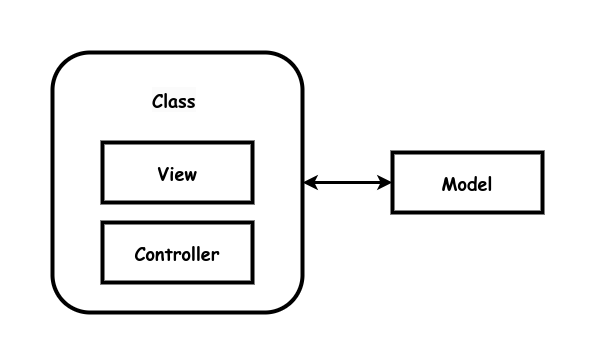
garfix/architectural-patterns keeps this draw.io diagram as images/document-view.drawio.png. Above is the earlier version. Source tidied: cells renumbered, new cells last; positions are measured from the earlier drawing's top-left corner, leaving out a move shared by most shapes. Its diagram source:
```xml
<mxGraphModel>
  <root>
    <mxCell id="0" />
    <mxCell id="1" parent="0" />
    <mxCell id="2" value="&lt;b style=&quot;font-size: 18px;&quot;&gt;&lt;br&gt;&lt;/b&gt;" style="rounded=1;whiteSpace=wrap;html=1;strokeWidth=4;fontFamily=Comic Sans MS;fontSize=18;" parent="1" vertex="1">
      <mxGeometry width="250" height="260" as="geometry" />
    </mxCell>
    <mxCell id="3" value="Model" style="rounded=0;whiteSpace=wrap;html=1;strokeWidth=4;fontSize=18;fontFamily=Comic Sans MS;fontStyle=1;" parent="1" vertex="1">
      <mxGeometry x="340" y="100" width="150" height="60" as="geometry" />
    </mxCell>
    <mxCell id="4" value="&lt;b style=&quot;border-color: var(--border-color); color: rgb(0, 0, 0); font-family: &amp;quot;Comic Sans MS&amp;quot;; font-size: 18px; font-style: normal; font-variant-ligatures: normal; font-variant-caps: normal; letter-spacing: normal; orphans: 2; text-align: center; text-indent: 0px; text-transform: none; widows: 2; word-spacing: 0px; -webkit-text-stroke-width: 0px; background-color: rgb(251, 251, 251); text-decoration-thickness: initial; text-decoration-style: initial; text-decoration-color: initial;&quot;&gt;Class&lt;/b&gt;" style="text;whiteSpace=wrap;html=1;" parent="1" vertex="1">
      <mxGeometry x="97.5" y="30" width="45" height="50" as="geometry" />
    </mxCell>
    <mxCell id="5" value="View" style="rounded=0;whiteSpace=wrap;html=1;strokeWidth=4;fontSize=18;fontFamily=Comic Sans MS;fontStyle=1;" parent="1" vertex="1">
      <mxGeometry x="50" y="90" width="150" height="60" as="geometry" />
    </mxCell>
    <mxCell id="6" value="Controller" style="rounded=0;whiteSpace=wrap;html=1;strokeWidth=4;fontSize=18;fontFamily=Comic Sans MS;fontStyle=1;" parent="1" vertex="1">
      <mxGeometry x="50" y="170" width="150" height="60" as="geometry" />
    </mxCell>
    <mxCell id="7" style="endArrow=classic;startArrow=classic;html=1;rounded=0;strokeWidth=3;endFill=1;" parent="1" edge="1" source="3" target="2">
      <mxGeometry relative="1" as="geometry" />
    </mxCell>
  </root>
</mxGraphModel>
```
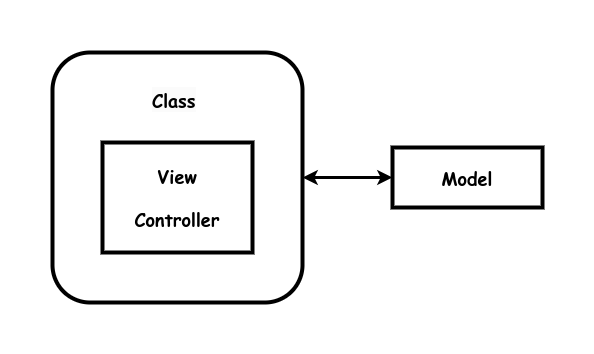
The same file after the commit.

Diff of the diagram source:
```diff
@@ -3,20 +3,17 @@
     <mxCell id="0" />
     <mxCell id="1" parent="0" />
     <mxCell id="2" value="&lt;b style=&quot;font-size: 18px;&quot;&gt;&lt;br&gt;&lt;/b&gt;" style="rounded=1;whiteSpace=wrap;html=1;strokeWidth=4;fontFamily=Comic Sans MS;fontSize=18;" parent="1" vertex="1">
-      <mxGeometry width="250" height="260" as="geometry" />
+      <mxGeometry width="250" height="250" as="geometry" />
     </mxCell>
     <mxCell id="3" value="Model" style="rounded=0;whiteSpace=wrap;html=1;strokeWidth=4;fontSize=18;fontFamily=Comic Sans MS;fontStyle=1;" parent="1" vertex="1">
-      <mxGeometry x="340" y="100" width="150" height="60" as="geometry" />
+      <mxGeometry x="340" y="95" width="150" height="60" as="geometry" />
     </mxCell>
     <mxCell id="4" value="&lt;b style=&quot;border-color: var(--border-color); color: rgb(0, 0, 0); font-family: &amp;quot;Comic Sans MS&amp;quot;; font-size: 18px; font-style: normal; font-variant-ligatures: normal; font-variant-caps: normal; letter-spacing: normal; orphans: 2; text-align: center; text-indent: 0px; text-transform: none; widows: 2; word-spacing: 0px; -webkit-text-stroke-width: 0px; background-color: rgb(251, 251, 251); text-decoration-thickness: initial; text-decoration-style: initial; text-decoration-color: initial;&quot;&gt;Class&lt;/b&gt;" style="text;whiteSpace=wrap;html=1;" parent="1" vertex="1">
       <mxGeometry x="97.5" y="30" width="45" height="50" as="geometry" />
     </mxCell>
-    <mxCell id="5" value="View" style="rounded=0;whiteSpace=wrap;html=1;strokeWidth=4;fontSize=18;fontFamily=Comic Sans MS;fontStyle=1;" parent="1" vertex="1">
-      <mxGeometry x="50" y="90" width="150" height="60" as="geometry" />
+    <mxCell id="5" value="View&lt;br&gt;&lt;br&gt;Controller" style="rounded=0;whiteSpace=wrap;html=1;strokeWidth=4;fontSize=18;fontFamily=Comic Sans MS;fontStyle=1;" parent="1" vertex="1">
+      <mxGeometry x="50" y="90" width="150" height="110" as="geometry" />
     </mxCell>
-    <mxCell id="6" value="Controller" style="rounded=0;whiteSpace=wrap;html=1;strokeWidth=4;fontSize=18;fontFamily=Comic Sans MS;fontStyle=1;" parent="1" vertex="1">
-      <mxGeometry x="50" y="170" width="150" height="60" as="geometry" />
-    </mxCell>
     <mxCell id="7" style="endArrow=classic;startArrow=classic;html=1;rounded=0;strokeWidth=3;endFill=1;" parent="1" edge="1" source="3" target="2">
       <mxGeometry relative="1" as="geometry" />
     </mxCell>
```
